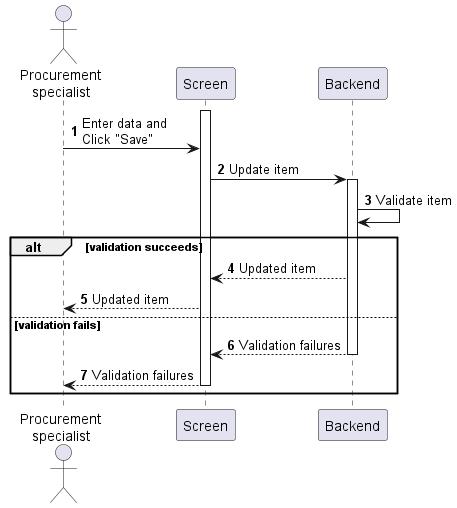
Before: Lab1/Lab1.2/sequences/purchase-order-update.png, a diagram exported from PlantUML (phihungha/SE357-Practice-class).
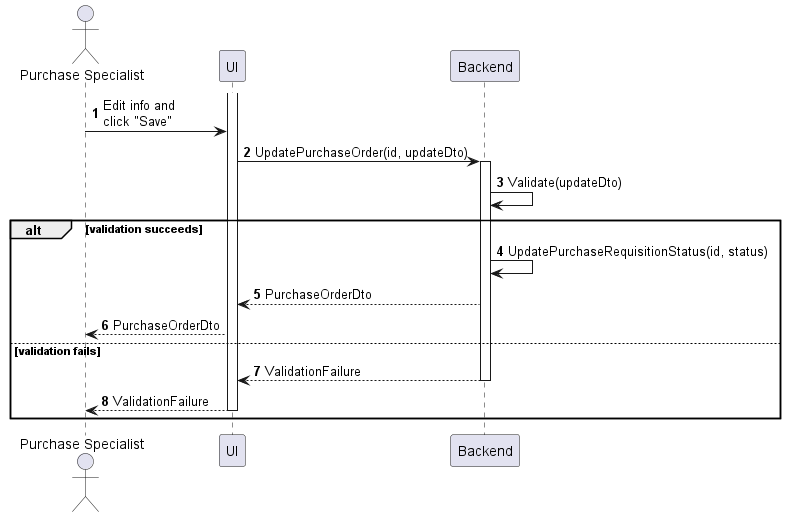
After the change.

The edit, as a diff of the source:
```diff
@@ -1,22 +1,23 @@
 @startuml purchase-order-update
 autonumber
 
-actor "Procurement\nspecialist" as a
-participant Screen as f
+actor "Purchase Specialist" as a
+participant UI as f
 participant Backend as b
 
 activate f
-a -> f : Enter data and\nClick "Save"
-f -> b : Update item
+a -> f : Edit info and\nclick "Save"
+f -> b : UpdatePurchaseOrder(id, updateDto)
 activate b
-b -> b : Validate item
+b -> b : Validate(updateDto)
 
 alt validation succeeds
-    b --> f : Updated item
-    f --> a : Updated item
+    b -> b : UpdatePurchaseRequisitionStatus(id, status)
+    b --> f : PurchaseOrderDto
+    f --> a : PurchaseOrderDto
 else validation fails
-    return Validation failures
-    f --> a : Validation failures
+    return ValidationFailure
+    f --> a : ValidationFailure
     deactivate f
 end
 @enduml
```
